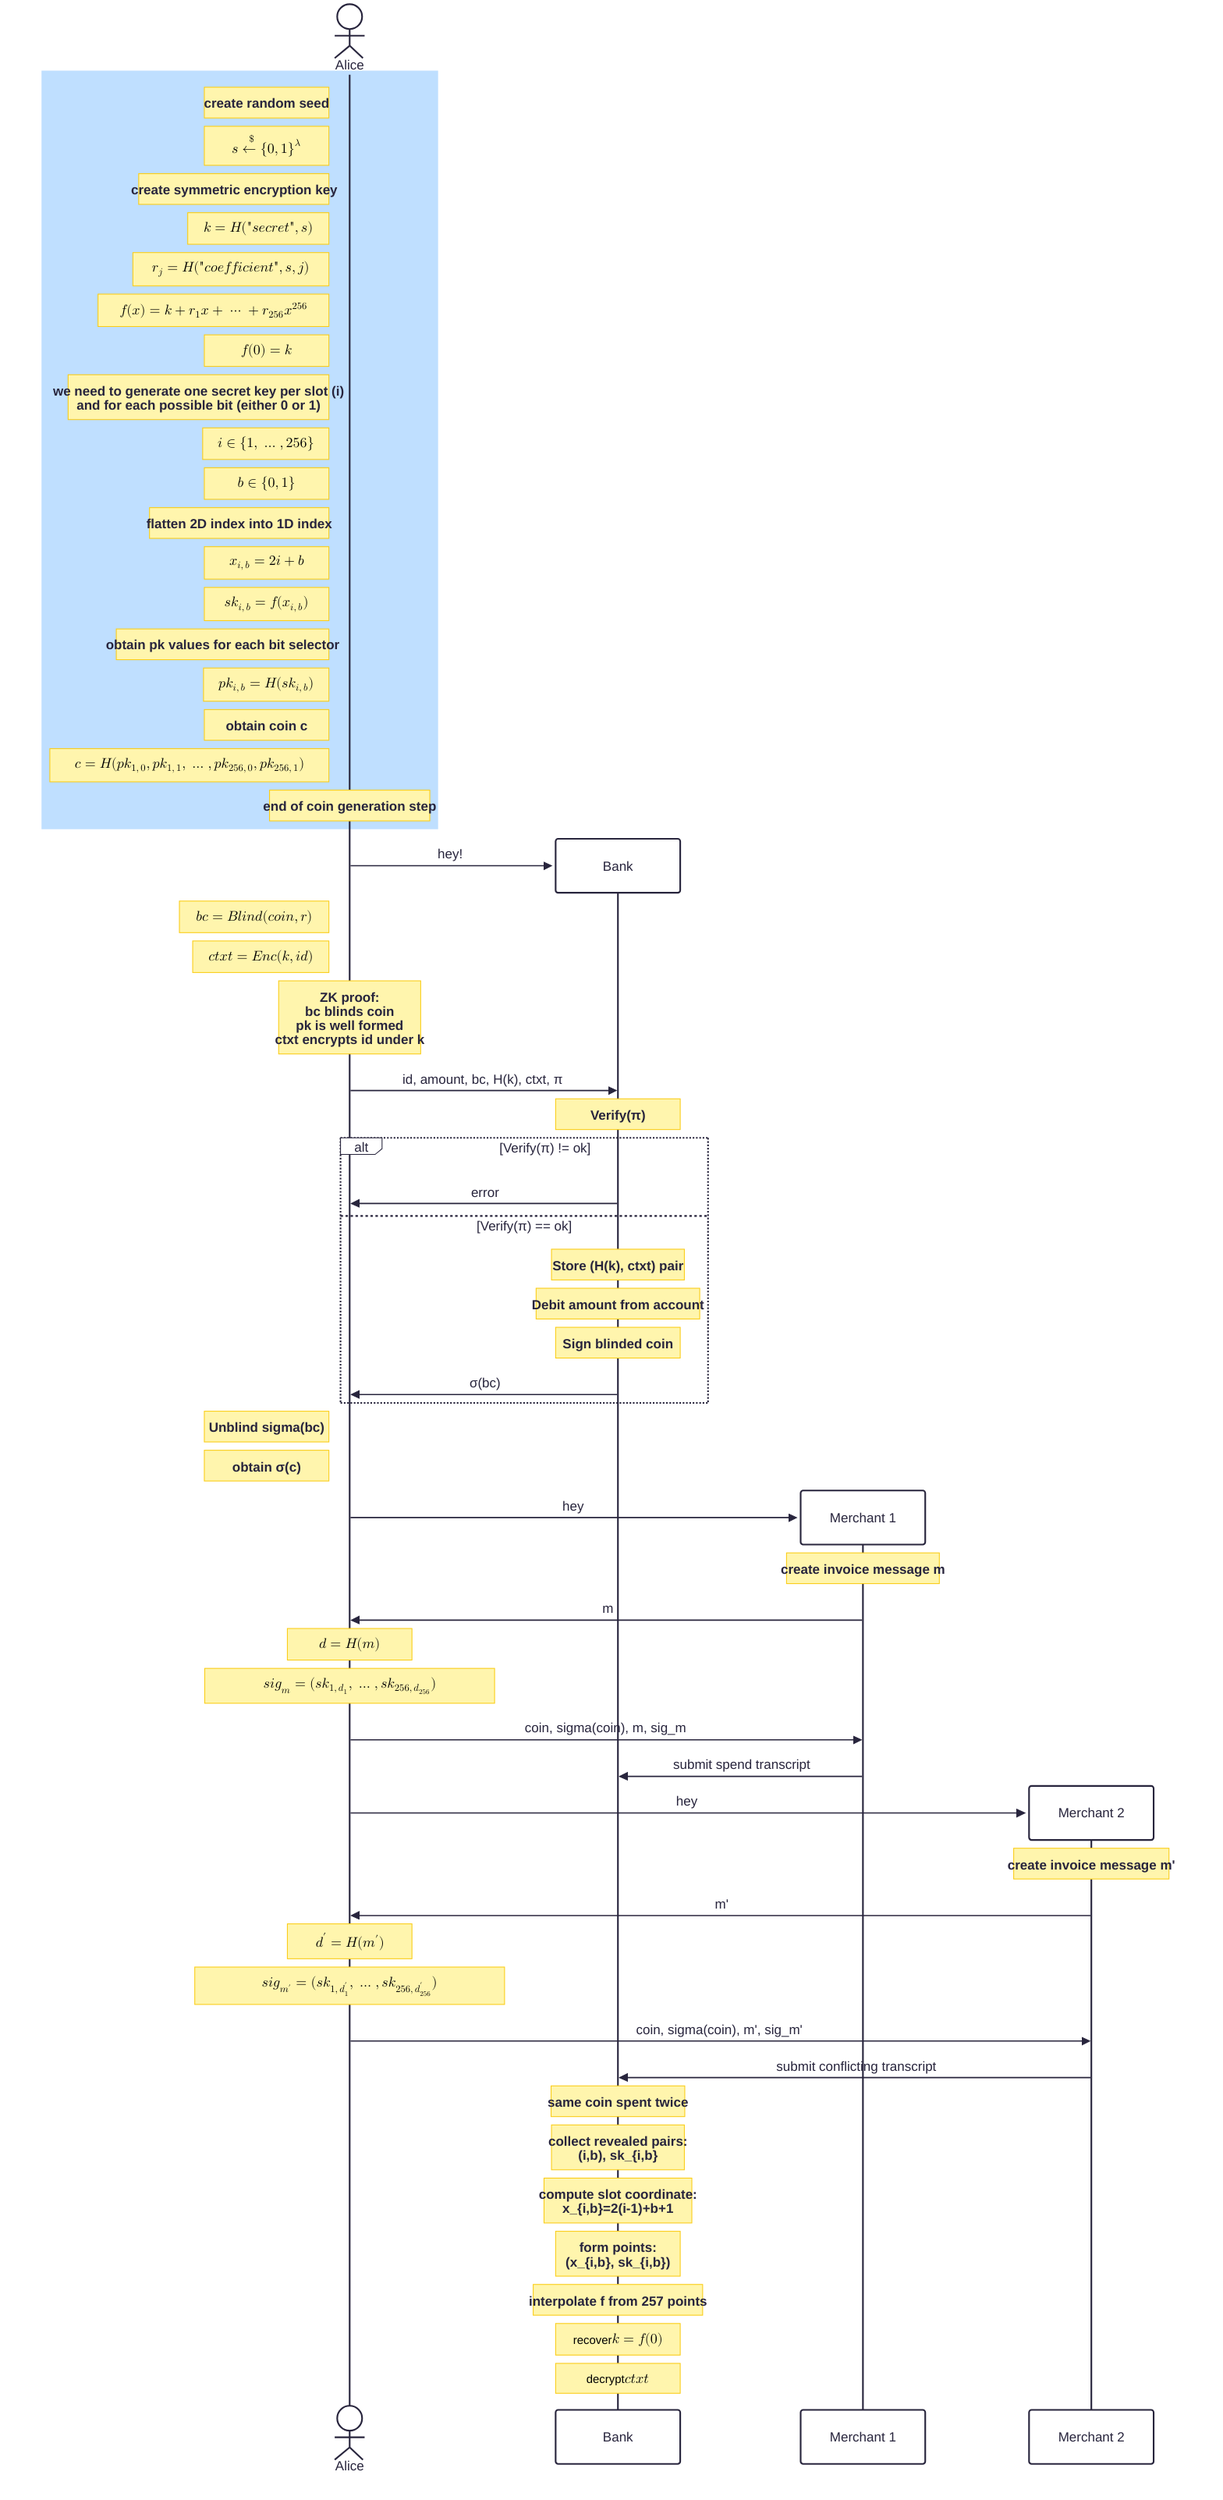
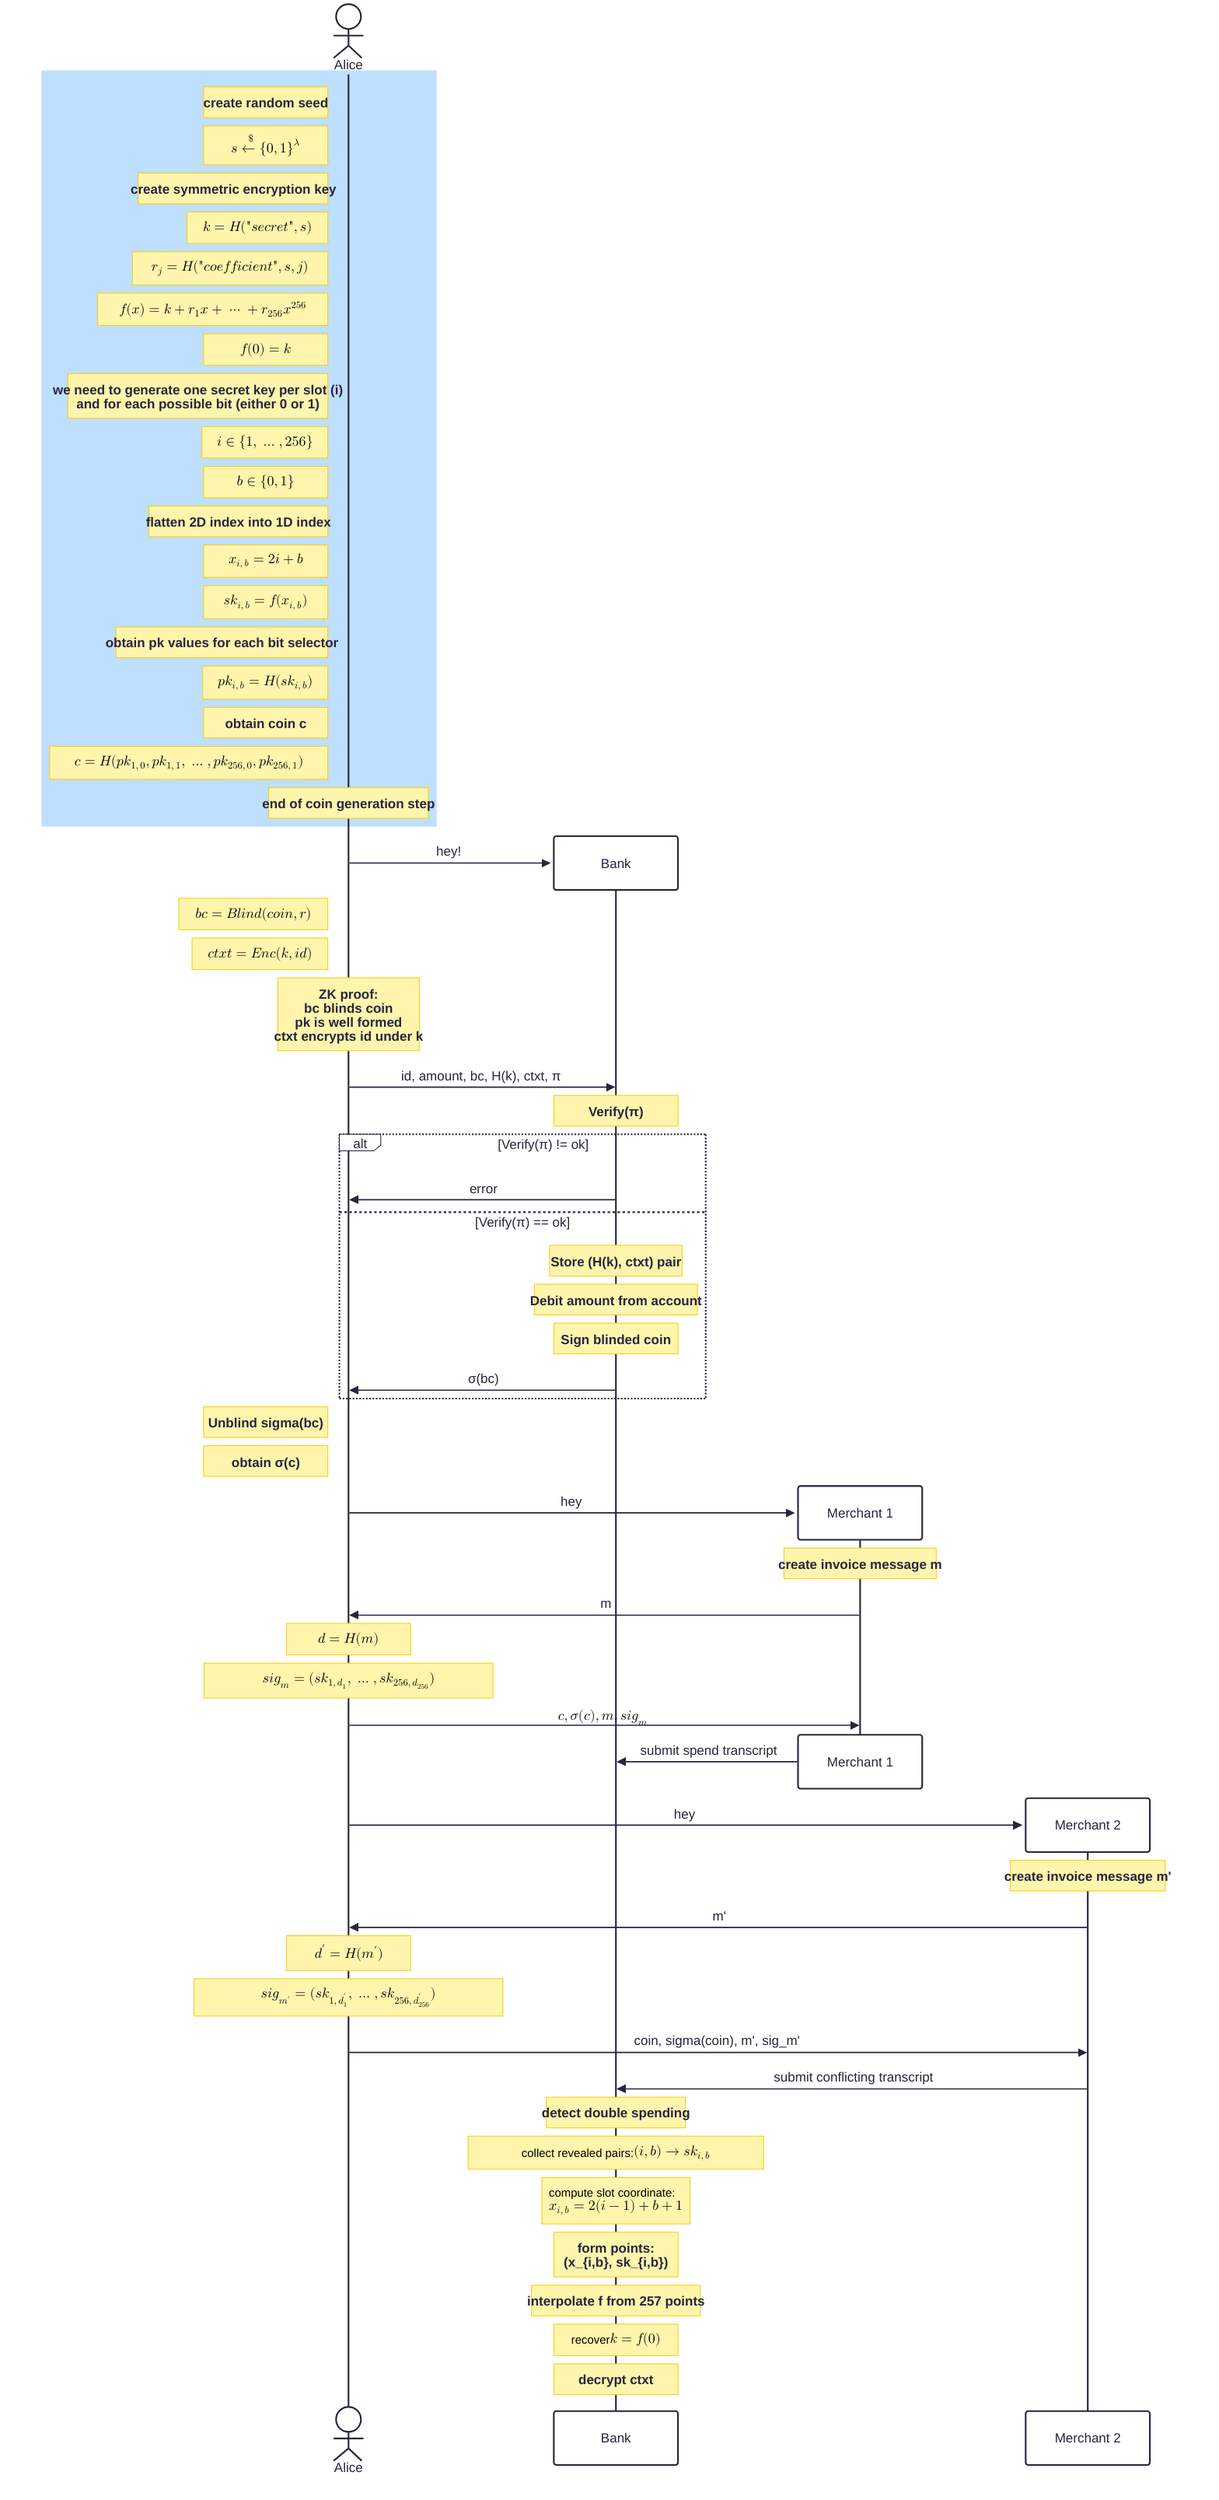
---
config:
  look: handDrawn
  theme: redux
---
sequenceDiagram

    actor a as Alice

    rect rgb(191, 223, 255)

    note left of a: create random seed
    Note left of a: $$s \xleftarrow{\$} \{0,1\}^{\lambda}$$

    note left of a: create symmetric encryption key
    Note left of a: $$k = H("secret", s)$$

    Note left of a: $$r_j = H("coefficient", s, j)$$

    Note left of a: $$f(x)=k+r_{1} x + \cdots + r_{256} x^{256}$$

    Note left of a: $$f(0) = k$$

    note left of a: we need to generate one secret key per slot (i)<br>and for each possible bit (either 0 or 1)
    Note left of a: $$i \in \{1,\ldots,256\}$$
    Note left of a: $$b \in \{0,1\}$$


    note left of a: flatten 2D index into 1D index
    Note left of a: $$x_{i,b} = 2i + b $$

    Note left of a: $$sk_{i,b}=f(x_{i,b})$$

    Note left of a: obtain pk values for each bit selector

    Note left of a: $$pk_{i,b} = H(sk_{i,b})$$

    note left of a: obtain coin c
    Note left of a: $$ c = H(pk_{1,0},pk_{1,1},\ldots,pk_{256,0},pk_{256,1})$$

    note over a: end of coin generation step
end


    create participant bank as Bank

    a ->> bank: hey!

    Note left of a: $$bc=Blind(coin,r)$$


    Note left of a: $$ctxt=Enc(k,id)$$

    Note over a: ZK proof:<br/>bc blinds coin<br/>pk is well formed<br/>ctxt encrypts id under k

    a->>bank: id, amount, bc, H(k), ctxt, π

        Note over bank: Verify(π)

    alt Verify(π) != ok

        bank ->> a: error

    else Verify(π) == ok
        note over bank: Store (H(k), ctxt) pair
        note over bank: Debit amount from account
        note over bank: Sign blinded coin
        bank ->> a: σ(bc)

    end


    Note left of a: Unblind sigma(bc)

    Note left of a: obtain σ(c)


+ 
+ 
    create participant b as Merchant 1
    a ->>b :hey


    Note over b: create invoice message m

    b->>a: m

    Note over a: $$d=H(m)$$

    Note over a: $$sig_m=(sk_{1,d_1},\ldots,sk_{256,d_{256}})$$

-     a->>b: coin, sigma(coin), m, sig_m
+     a->>b: $$c, \sigma(c), m, sig_m$$
+ 
+     destroy b

    b->>bank: submit spend transcript


    %% Interaction with
    create participant c as Merchant 2
    a ->> c: hey

    Note over c: create invoice message m'

    c->>a: m'

    Note over a: $$d'=H(m')$$

    Note over a: $$sig_{m'}=(sk_{1,d'_1},\ldots,sk_{256,d'_{256}})$$

    a->>c: coin, sigma(coin), m', sig_m'

    c->>bank: submit conflicting transcript

-     Note over bank: same coin spent twice
+     Note over bank: detect double spending

-     Note over bank: collect revealed pairs:<br/>(i,b), sk_{i,b}
+     Note over bank: collect revealed pairs: $$(i,b) \rightarrow sk_{i,b}$$

-     Note over bank: compute slot coordinate:<br/>x_{i,b}=2(i-1)+b+1
+     Note over bank: compute slot coordinate:<br/>$$x_{i,b}=2(i-1)+b+1$$

    Note over bank: form points:<br/>(x_{i,b}, sk_{i,b})

    Note over bank: interpolate f from 257 points

    Note over bank: recover $$k=f(0)$$

-     Note over bank: decrypt $$ctxt$$
+     Note over bank: decrypt ctxt
